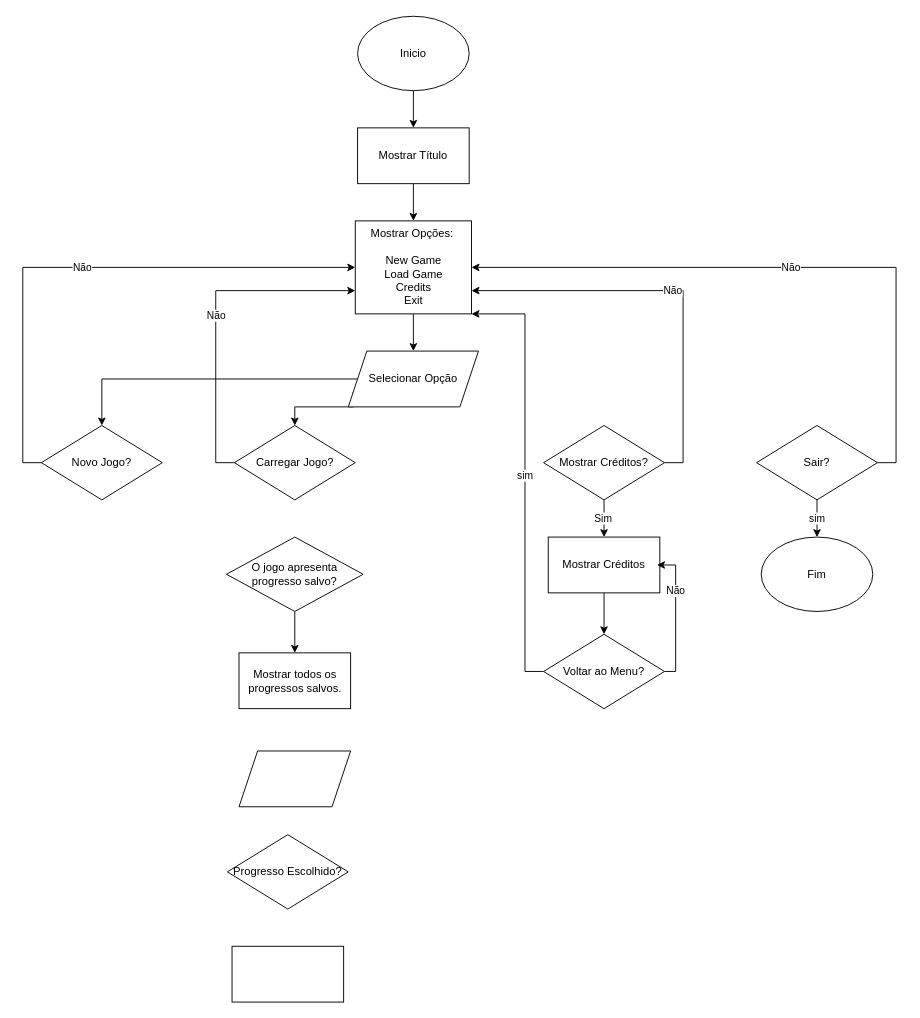
Earlier version of the draw.io diagram jogo_estrutura.drawio (as1lo/diagramas). Source tidied: cells renumbered, new cells numbered last; positions are measured from the earlier drawing's top-left corner, leaving out a move shared by most shapes. Both pictures are drawn from the tidied source at 93%, with x=0, y=0 at pixel (41, 16).
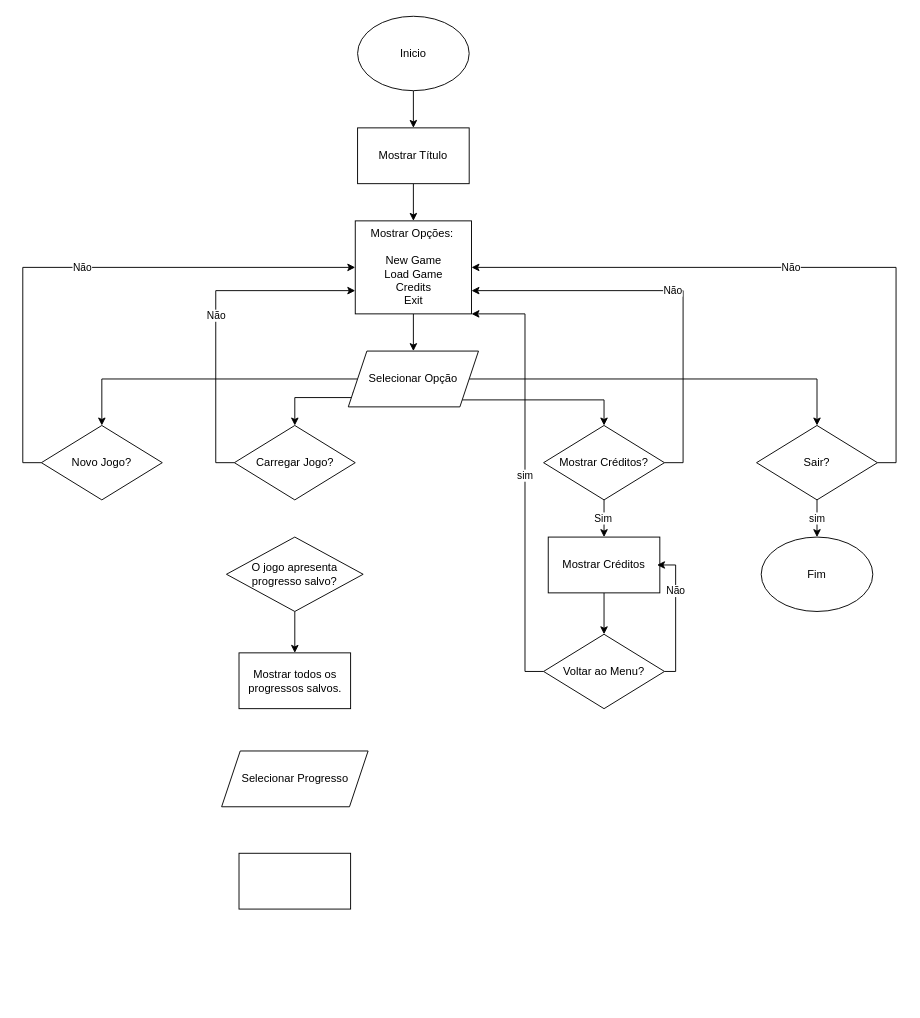
The same page after the edit.

The change refers to these unchanged cells:
```xml
<mxCell id="6" value="Sair?" style="rhombus;whiteSpace=wrap;html=1;" parent="1" vertex="1">
  <mxGeometry x="769" y="440" width="130" height="80" as="geometry" />
</mxCell>
<mxCell id="14" value="Mostrar Créditos?" style="rhombus;whiteSpace=wrap;html=1;" parent="1" vertex="1">
  <mxGeometry x="540" y="440" width="130" height="80" as="geometry" />
</mxCell>
<mxCell id="16" value="Carregar Jogo?" style="rhombus;whiteSpace=wrap;html=1;" parent="1" vertex="1">
  <mxGeometry x="207.5" y="440" width="130" height="80" as="geometry" />
</mxCell>
<mxCell id="32" value="Selecionar Opção" style="shape=parallelogram;perimeter=parallelogramPerimeter;whiteSpace=wrap;html=1;fixedSize=1;" parent="1" vertex="1">
  <mxGeometry x="330" y="360" width="140" height="60" as="geometry" />
</mxCell>
```

The edit, as a diff of the source:
```diff
@@
-    <mxCell id="28" value="Progresso Escolhido?" style="rhombus;whiteSpace=wrap;html=1;" parent="1" vertex="1">
-      <mxGeometry x="200" y="880" width="130" height="80" as="geometry" />
-    </mxCell>
     <mxCell id="29" style="rounded=0;whiteSpace=wrap;html=1;" parent="1" vertex="1">
-      <mxGeometry x="205" y="1000" width="120" height="60" as="geometry" />
+      <mxGeometry x="212.5" y="900" width="120" height="60" as="geometry" />
     </mxCell>
@@
     <mxCell id="31" style="edgeStyle=orthogonalEdgeStyle;rounded=0;jettySize=auto;html=1;exitX=0;exitY=0.75;exitDx=0;exitDy=0;entryX=0.5;entryY=0;entryDx=0;entryDy=0;" parent="1" edge="1" source="32" target="16">
       <mxGeometry relative="1" as="geometry">
         <Array as="points">
-          <mxPoint x="335" y="420" />
-          <mxPoint x="273" y="420" />
+          <mxPoint x="335" y="410" />
+          <mxPoint x="273" y="410" />
         </Array>
       </mxGeometry>
     </mxCell>
+    <mxCell id="34" style="edgeStyle=orthogonalEdgeStyle;rounded=0;jettySize=auto;html=1;entryX=0.5;entryY=0;entryDx=0;entryDy=0;exitX=1;exitY=1;exitDx=0;exitDy=0;" parent="1" edge="1" source="32" target="14">
+      <mxGeometry relative="1" as="geometry" />
+    </mxCell>
+    <mxCell id="35" style="edgeStyle=orthogonalEdgeStyle;rounded=0;jettySize=auto;html=1;exitX=1;exitY=0.5;exitDx=0;exitDy=0;entryX=0.5;entryY=0;entryDx=0;entryDy=0;" parent="1" edge="1" source="32" target="6">
+      <mxGeometry relative="1" as="geometry" />
+    </mxCell>
@@
-    <mxCell id="33" style="shape=parallelogram;perimeter=parallelogramPerimeter;whiteSpace=wrap;html=1;fixedSize=1;" parent="1" vertex="1">
-      <mxGeometry x="212.5" y="790" width="120" height="60" as="geometry" />
+    <mxCell id="33" value="Selecionar Progresso" style="shape=parallelogram;perimeter=parallelogramPerimeter;whiteSpace=wrap;html=1;fixedSize=1;" parent="1" vertex="1">
+      <mxGeometry x="193.8" y="790" width="157.5" height="60" as="geometry" />
     </mxCell>
```
